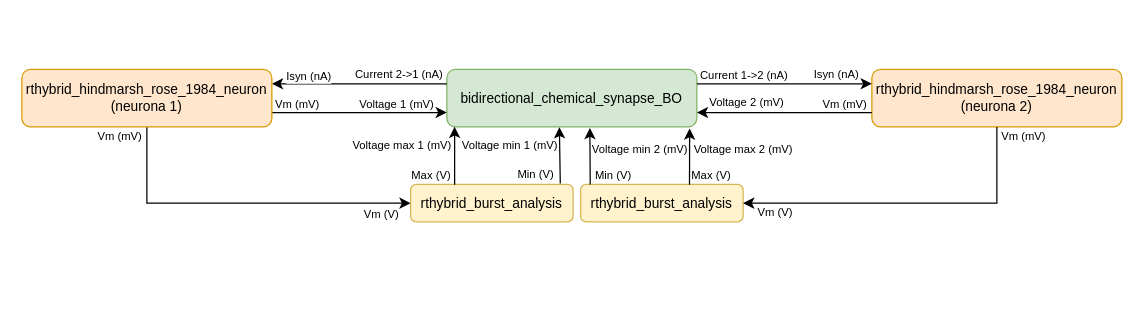
Before: memoria/Workspace/TFG_Marco_Gómez/codigos_figuras/drawio/esquema_modulos_online_modelo.drawio in MarcoGomezHernandez/TFG, a draw.io diagram. Source tidied: cells renumbered, new cells numbered last; positions are measured from the earlier drawing's top-left corner, leaving out a move shared by most shapes. Both pictures are drawn from the tidied source at 125%, with x=0, y=0 at pixel (21, 69).
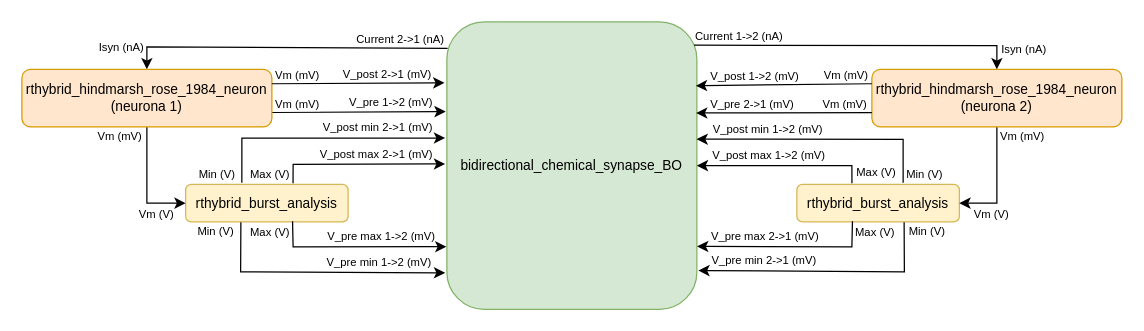
Above is the later version.

The change refers to these unchanged cells:
```xml
<mxCell id="36" value="rthybrid_hindmarsh_rose_1984_neuron&lt;div&gt;(neurona 1)&lt;/div&gt;" style="rounded=1;whiteSpace=wrap;html=1;fillColor=#ffe6cc;strokeColor=#d79b00;fontFamily=Helvetica;fontSize=11;" parent="1" vertex="1">
  <mxGeometry width="200" height="46" as="geometry" />
</mxCell>
```

Diff of the diagram source:
```diff
@@
-    <mxCell id="2" value="rthybrid_hindmarsh_rose_1984_neuron&lt;div&gt;(neurona 2)&lt;/div&gt;" style="rounded=1;whiteSpace=wrap;html=1;fillColor=#ffe6cc;strokeColor=#d79b00;fontFamily=Helvetica;fontSize=11;" parent="1" vertex="1">
-      <mxGeometry x="680" width="200" height="46" as="geometry" />
-    </mxCell>
     <mxCell id="3" value="bidirectional_chemical_synapse_BO" style="rounded=1;whiteSpace=wrap;html=1;fillColor=#d5e8d4;strokeColor=#82b366;fontFamily=Helvetica;fontSize=11;" parent="1" vertex="1">
-      <mxGeometry x="340" width="200" height="46" as="geometry" />
+      <mxGeometry x="340" y="-38" width="200" height="230" as="geometry" />
     </mxCell>
     <mxCell id="4" value="rthybrid_burst_analysis" style="rounded=1;whiteSpace=wrap;html=1;fillColor=#fff2cc;strokeColor=#d6b656;fontFamily=Helvetica;fontSize=11;" parent="1" vertex="1">
-      <mxGeometry x="311" y="92" width="130" height="30" as="geometry" />
+      <mxGeometry x="131" y="92" width="130" height="30" as="geometry" />
     </mxCell>
@@
-    <mxCell id="8" style="endArrow=classic;html=1;rounded=0;entryX=1;entryY=0.25;entryDx=0;entryDy=0;exitX=0;exitY=0.25;exitDx=0;exitDy=0;fontFamily=Helvetica;fontSize=11;" parent="1" edge="1" source="3" target="36">
-      <mxGeometry relative="1" as="geometry" />
+    <mxCell id="8" style="endArrow=classic;html=1;rounded=0;entryX=0.5;entryY=0;entryDx=0;entryDy=0;exitX=0.003;exitY=0.092;exitDx=0;exitDy=0;fontFamily=Helvetica;fontSize=11;exitPerimeter=0;" parent="1" edge="1" source="3" target="36">
+      <mxGeometry relative="1" as="geometry">
+        <Array as="points">
+          <mxPoint x="100" y="-18" />
+        </Array>
+      </mxGeometry>
     </mxCell>
@@
     <mxCell id="10" value="&lt;span style=&quot;text-align: left;&quot;&gt;Isyn (nA)&lt;/span&gt;" style="edgeLabel;html=1;align=right;verticalAlign=bottom;fontFamily=Helvetica;fontSize=9;" parent="8" vertex="1">
       <mxGeometry x="1" relative="1" as="geometry">
-        <mxPoint x="48" y="1" as="offset" />
+        <mxPoint x="-2" y="-10" as="offset" />
       </mxGeometry>
     </mxCell>
-    <mxCell id="11" value="rthybrid_burst_analysis" style="rounded=1;whiteSpace=wrap;html=1;fillColor=#fff2cc;strokeColor=#d6b656;fontFamily=Helvetica;fontSize=11;" parent="1" vertex="1">
-      <mxGeometry x="447" y="92" width="130" height="30" as="geometry" />
-    </mxCell>
-    <mxCell id="12" style="endArrow=classic;html=1;rounded=0;entryX=1;entryY=0.5;entryDx=0;entryDy=0;exitX=0.5;exitY=1;exitDx=0;exitDy=0;fontFamily=Helvetica;fontSize=11;" parent="1" edge="1" source="2" target="11">
-      <mxGeometry relative="1" as="geometry">
-        <Array as="points">
-          <mxPoint x="780" y="107" />
-        </Array>
-      </mxGeometry>
-    </mxCell>
-    <mxCell id="13" value="Vm (mV)" style="edgeLabel;html=1;align=left;verticalAlign=bottom;fontFamily=Helvetica;fontSize=9;" parent="12" vertex="1">
-      <mxGeometry x="-1" relative="1" as="geometry">
-        <mxPoint x="2" y="15" as="offset" />
-      </mxGeometry>
-    </mxCell>
-    <mxCell id="14" value="Vm (V)" style="edgeLabel;html=1;align=right;verticalAlign=bottom;fontFamily=Helvetica;fontSize=9;" parent="12" vertex="1">
-      <mxGeometry x="1" relative="1" as="geometry">
-        <mxPoint x="40" y="15" as="offset" />
-      </mxGeometry>
-    </mxCell>
-    <mxCell id="15" style="endArrow=classic;html=1;rounded=0;entryX=0;entryY=0.25;entryDx=0;entryDy=0;exitX=1;exitY=0.25;exitDx=0;exitDy=0;fontFamily=Helvetica;fontSize=11;" parent="1" edge="1" source="3" target="2">
-      <mxGeometry relative="1" as="geometry" />
-    </mxCell>
-    <mxCell id="16" value="Current 1-&amp;gt;2 (nA)" style="edgeLabel;html=1;align=left;verticalAlign=bottom;fontFamily=Helvetica;fontSize=9;" parent="15" vertex="1">
-      <mxGeometry x="-1" relative="1" as="geometry">
-        <mxPoint x="1" as="offset" />
-      </mxGeometry>
-    </mxCell>
-    <mxCell id="17" value="&lt;span style=&quot;text-align: left;&quot;&gt;Isyn (nA)&lt;/span&gt;" style="edgeLabel;html=1;align=right;verticalAlign=bottom;fontFamily=Helvetica;fontSize=9;" parent="15" vertex="1">
-      <mxGeometry x="1" relative="1" as="geometry">
-        <mxPoint x="-10" as="offset" />
-      </mxGeometry>
-    </mxCell>
-    <mxCell id="18" style="endArrow=classic;html=1;rounded=0;exitX=0;exitY=0.75;exitDx=0;exitDy=0;entryX=1;entryY=0.75;entryDx=0;entryDy=0;fontFamily=Helvetica;fontSize=11;" parent="1" edge="1" source="2" target="3">
-      <mxGeometry relative="1" as="geometry" />
-    </mxCell>
-    <mxCell id="19" value="Vm (mV)" style="edgeLabel;html=1;align=left;verticalAlign=bottom;fontFamily=Helvetica;fontSize=9;" parent="18" vertex="1">
-      <mxGeometry x="-1" relative="1" as="geometry">
-        <mxPoint x="-41" as="offset" />
-      </mxGeometry>
-    </mxCell>
-    <mxCell id="20" value="Voltage 2 (mV)" style="edgeLabel;html=1;align=right;verticalAlign=bottom;fontFamily=Helvetica;fontSize=9;" parent="18" vertex="1">
-      <mxGeometry x="1" relative="1" as="geometry">
-        <mxPoint x="70" y="-1" as="offset" />
-      </mxGeometry>
-    </mxCell>
-    <mxCell id="21" style="endArrow=classic;html=1;rounded=0;entryX=0.971;entryY=1.027;entryDx=0;entryDy=0;fontFamily=Helvetica;fontSize=11;entryPerimeter=0;exitX=0.67;exitY=0.013;exitDx=0;exitDy=0;exitPerimeter=0;" parent="1" edge="1" source="11" target="3">
-      <mxGeometry relative="1" as="geometry" />
-    </mxCell>
-    <mxCell id="22" value="Max (V)" style="edgeLabel;html=1;align=left;verticalAlign=bottom;fontFamily=Helvetica;fontSize=9;" parent="21" vertex="1">
-      <mxGeometry x="-1" relative="1" as="geometry" />
-    </mxCell>
-    <mxCell id="23" value="Voltage max 2 (mV)" style="edgeLabel;html=1;align=right;verticalAlign=bottom;fontFamily=Helvetica;fontSize=9;" parent="21" vertex="1">
-      <mxGeometry x="1" relative="1" as="geometry">
-        <mxPoint x="83" y="24" as="offset" />
-      </mxGeometry>
-    </mxCell>
-    <mxCell id="24" style="endArrow=classic;html=1;rounded=0;entryX=0.572;entryY=1.018;entryDx=0;entryDy=0;fontFamily=Helvetica;fontSize=11;entryPerimeter=0;exitX=0.059;exitY=0.001;exitDx=0;exitDy=0;exitPerimeter=0;" parent="1" edge="1" source="11" target="3">
-      <mxGeometry relative="1" as="geometry" />
-    </mxCell>
-    <mxCell id="25" value="Min (V)" style="edgeLabel;html=1;align=left;verticalAlign=bottom;fontFamily=Helvetica;fontSize=9;" parent="24" vertex="1">
-      <mxGeometry x="-1" relative="1" as="geometry">
-        <mxPoint x="2" as="offset" />
-      </mxGeometry>
-    </mxCell>
-    <mxCell id="26" value="Voltage min 2 (mV)" style="edgeLabel;html=1;align=right;verticalAlign=bottom;fontFamily=Helvetica;fontSize=9;" parent="24" vertex="1">
-      <mxGeometry x="1" relative="1" as="geometry">
-        <mxPoint x="79" y="24" as="offset" />
-      </mxGeometry>
-    </mxCell>
-    <mxCell id="27" style="endArrow=classic;html=1;rounded=0;entryX=0;entryY=0.75;entryDx=0;entryDy=0;exitX=1;exitY=0.75;exitDx=0;exitDy=0;fontFamily=Helvetica;fontSize=11;" parent="1" edge="1" source="36" target="3">
+    <mxCell id="27" style="endArrow=classic;html=1;rounded=0;entryX=-0.005;entryY=0.312;entryDx=0;entryDy=0;exitX=1;exitY=0.75;exitDx=0;exitDy=0;fontFamily=Helvetica;fontSize=11;entryPerimeter=0;" parent="1" edge="1" source="36" target="3">
       <mxGeometry relative="1" as="geometry" />
     </mxCell>
@@
-    <mxCell id="29" value="Voltage 1 (mV)" style="edgeLabel;html=1;align=right;verticalAlign=bottom;fontFamily=Helvetica;fontSize=9;" parent="27" vertex="1">
+    <mxCell id="29" value="&lt;span style=&quot;color: rgb(0, 0, 0);&quot;&gt;V_pre 1-&amp;gt;2 (mV)&lt;/span&gt;" style="edgeLabel;html=1;align=right;verticalAlign=bottom;fontFamily=Helvetica;fontSize=9;" parent="27" vertex="1">
       <mxGeometry x="1" relative="1" as="geometry">
         <mxPoint x="-10" as="offset" />
       </mxGeometry>
     </mxCell>
-    <mxCell id="30" style="endArrow=classic;html=1;rounded=0;entryX=0.031;entryY=0.999;entryDx=0;entryDy=0;fontFamily=Helvetica;fontSize=11;entryPerimeter=0;exitX=0.271;exitY=0.009;exitDx=0;exitDy=0;exitPerimeter=0;" parent="1" edge="1" source="4" target="3">
-      <mxGeometry relative="1" as="geometry" />
+    <mxCell id="30" style="endArrow=classic;html=1;rounded=0;entryX=-0.007;entryY=0.404;entryDx=0;entryDy=0;fontFamily=Helvetica;fontSize=11;entryPerimeter=0;exitX=0.346;exitY=-0.046;exitDx=0;exitDy=0;exitPerimeter=0;" parent="1" edge="1" source="4" target="3">
+      <mxGeometry relative="1" as="geometry">
+        <Array as="points">
+          <mxPoint x="176" y="55" />
+        </Array>
+      </mxGeometry>
     </mxCell>
-    <mxCell id="31" value="Max (V)" style="edgeLabel;html=1;align=left;verticalAlign=bottom;fontFamily=Helvetica;fontSize=9;" parent="30" vertex="1">
+    <mxCell id="31" value="Min (V)" style="edgeLabel;html=1;align=left;verticalAlign=bottom;fontFamily=Helvetica;fontSize=9;" parent="30" vertex="1">
       <mxGeometry x="-1" relative="1" as="geometry">
         <mxPoint x="-36" as="offset" />
       </mxGeometry>
     </mxCell>
-    <mxCell id="32" value="Voltage max 1 (mV)" style="edgeLabel;html=1;align=right;verticalAlign=bottom;fontFamily=Helvetica;fontSize=9;" parent="30" vertex="1">
+    <mxCell id="32" value="&lt;span style=&quot;color: rgb(0, 0, 0);&quot;&gt;V_post min 2-&amp;gt;1 (mV)&lt;/span&gt;" style="edgeLabel;html=1;align=right;verticalAlign=bottom;fontFamily=Helvetica;fontSize=9;" parent="30" vertex="1">
       <mxGeometry x="1" relative="1" as="geometry">
-        <mxPoint x="-2" y="22" as="offset" />
+        <mxPoint x="-9" y="-1" as="offset" />
       </mxGeometry>
     </mxCell>
-    <mxCell id="33" style="endArrow=classic;html=1;rounded=0;exitX=0.921;exitY=-0.025;exitDx=0;exitDy=0;entryX=0.45;entryY=1.005;entryDx=0;entryDy=0;fontFamily=Helvetica;fontSize=11;entryPerimeter=0;exitPerimeter=0;" parent="1" edge="1" source="4" target="3">
-      <mxGeometry relative="1" as="geometry" />
+    <mxCell id="33" style="endArrow=classic;html=1;rounded=0;exitX=0.661;exitY=-0.03;exitDx=0;exitDy=0;fontFamily=Helvetica;fontSize=11;entryX=-0.007;entryY=0.494;entryDx=0;entryDy=0;entryPerimeter=0;exitPerimeter=0;" parent="1" edge="1" source="4" target="3">
+      <mxGeometry relative="1" as="geometry">
+        <Array as="points">
+          <mxPoint x="217" y="76" />
+        </Array>
+      </mxGeometry>
     </mxCell>
-    <mxCell id="34" value="Min (V)" style="edgeLabel;html=1;align=left;verticalAlign=bottom;fontFamily=Helvetica;fontSize=9;" parent="33" vertex="1">
+    <mxCell id="34" value="Max (V)" style="edgeLabel;html=1;align=left;verticalAlign=bottom;fontFamily=Helvetica;fontSize=9;" parent="33" vertex="1">
       <mxGeometry x="-1" relative="1" as="geometry">
         <mxPoint x="-36" as="offset" />
       </mxGeometry>
     </mxCell>
-    <mxCell id="35" value="Voltage min 1 (mV)" style="edgeLabel;html=1;align=right;verticalAlign=bottom;fontFamily=Helvetica;fontSize=9;" parent="33" vertex="1">
+    <mxCell id="35" value="&lt;span style=&quot;color: rgb(0, 0, 0);&quot;&gt;V_post max 2-&amp;gt;1 (mV)&lt;/span&gt;" style="edgeLabel;html=1;align=right;verticalAlign=bottom;fontFamily=Helvetica;fontSize=9;" parent="33" vertex="1">
       <mxGeometry x="1" relative="1" as="geometry">
-        <mxPoint x="-1" y="22" as="offset" />
+        <mxPoint x="-10" y="-1" as="offset" />
       </mxGeometry>
     </mxCell>
@@
+    <mxCell id="37" style="endArrow=classic;html=1;rounded=0;entryX=-0.002;entryY=0.782;entryDx=0;entryDy=0;fontFamily=Helvetica;fontSize=11;entryPerimeter=0;exitX=0.658;exitY=0.986;exitDx=0;exitDy=0;exitPerimeter=0;" parent="1" edge="1" source="4" target="3">
+      <mxGeometry relative="1" as="geometry">
+        <Array as="points">
+          <mxPoint x="217" y="142" />
+        </Array>
+      </mxGeometry>
+    </mxCell>
+    <mxCell id="38" value="Max (V)" style="edgeLabel;html=1;align=left;verticalAlign=bottom;fontFamily=Helvetica;fontSize=9;" parent="37" vertex="1">
+      <mxGeometry x="-1" relative="1" as="geometry">
+        <mxPoint x="-36" y="16" as="offset" />
+      </mxGeometry>
+    </mxCell>
+    <mxCell id="39" value="&lt;span style=&quot;color: rgb(0, 0, 0);&quot;&gt;V_pre max 1-&amp;gt;2 (mV)&lt;/span&gt;" style="edgeLabel;html=1;align=right;verticalAlign=bottom;fontFamily=Helvetica;fontSize=9;" parent="37" vertex="1">
+      <mxGeometry x="1" relative="1" as="geometry">
+        <mxPoint x="-9" y="-1" as="offset" />
+      </mxGeometry>
+    </mxCell>
+    <mxCell id="40" style="endArrow=classic;html=1;rounded=0;exitX=0.34;exitY=1.009;exitDx=0;exitDy=0;fontFamily=Helvetica;fontSize=11;entryX=-0.007;entryY=0.873;entryDx=0;entryDy=0;entryPerimeter=0;exitPerimeter=0;" parent="1" edge="1" source="4" target="3">
+      <mxGeometry relative="1" as="geometry">
+        <Array as="points">
+          <mxPoint x="175" y="162" />
+        </Array>
+      </mxGeometry>
+    </mxCell>
+    <mxCell id="41" value="Min (V)" style="edgeLabel;html=1;align=left;verticalAlign=bottom;fontFamily=Helvetica;fontSize=9;" parent="40" vertex="1">
+      <mxGeometry x="-1" relative="1" as="geometry">
+        <mxPoint x="-36" y="15" as="offset" />
+      </mxGeometry>
+    </mxCell>
+    <mxCell id="42" value="&lt;span style=&quot;color: rgb(0, 0, 0);&quot;&gt;V_pre min 1-&amp;gt;2 (mV)&lt;/span&gt;" style="edgeLabel;html=1;align=right;verticalAlign=bottom;fontFamily=Helvetica;fontSize=9;" parent="40" vertex="1">
+      <mxGeometry x="1" relative="1" as="geometry">
+        <mxPoint x="-10" y="-1" as="offset" />
+      </mxGeometry>
+    </mxCell>
+    <mxCell id="11" value="rthybrid_burst_analysis" style="rounded=1;whiteSpace=wrap;html=1;fillColor=#fff2cc;strokeColor=#d6b656;fontFamily=Helvetica;fontSize=11;flipH=1;" parent="1" vertex="1">
+      <mxGeometry x="620" y="92" width="130" height="30" as="geometry" />
+    </mxCell>
+    <mxCell id="12" style="endArrow=classic;html=1;rounded=0;entryX=1;entryY=0.5;entryDx=0;entryDy=0;exitX=0.5;exitY=1;exitDx=0;exitDy=0;fontFamily=Helvetica;fontSize=11;" parent="1" edge="1" source="2" target="11">
+      <mxGeometry relative="1" as="geometry">
+        <Array as="points">
+          <mxPoint x="780" y="107" />
+        </Array>
+      </mxGeometry>
+    </mxCell>
+    <mxCell id="43" value="Vm (mV)" style="edgeLabel;html=1;align=left;verticalAlign=bottom;fontFamily=Helvetica;fontSize=9;" parent="12" vertex="1">
+      <mxGeometry x="-1" relative="1" as="geometry">
+        <mxPoint x="1" y="15" as="offset" />
+      </mxGeometry>
+    </mxCell>
+    <mxCell id="14" value="Vm (V)" style="edgeLabel;html=1;align=right;verticalAlign=bottom;fontFamily=Helvetica;fontSize=9;" parent="12" vertex="1">
+      <mxGeometry x="1" relative="1" as="geometry">
+        <mxPoint x="40" y="16" as="offset" />
+      </mxGeometry>
+    </mxCell>
+    <mxCell id="44" style="endArrow=classic;html=1;rounded=0;fontFamily=Helvetica;fontSize=11;exitX=0.346;exitY=-0.046;exitDx=0;exitDy=0;exitPerimeter=0;entryX=0.999;entryY=0.408;entryDx=0;entryDy=0;entryPerimeter=0;" parent="1" edge="1" source="11" target="3">
+      <mxGeometry relative="1" as="geometry">
+        <Array as="points">
+          <mxPoint x="705" y="56" />
+        </Array>
+      </mxGeometry>
+    </mxCell>
+    <mxCell id="45" value="Min (V)" style="edgeLabel;html=1;align=left;verticalAlign=bottom;fontFamily=Helvetica;fontSize=9;" parent="44" vertex="1">
+      <mxGeometry x="-1" relative="1" as="geometry">
+        <mxPoint x="1" as="offset" />
+      </mxGeometry>
+    </mxCell>
+    <mxCell id="46" value="&lt;span style=&quot;color: rgb(0, 0, 0);&quot;&gt;V_post min 1-&amp;gt;2 (mV)&lt;/span&gt;" style="edgeLabel;html=1;align=right;verticalAlign=bottom;fontFamily=Helvetica;fontSize=9;" parent="44" vertex="1">
+      <mxGeometry x="1" relative="1" as="geometry">
+        <mxPoint x="101" y="-1" as="offset" />
+      </mxGeometry>
+    </mxCell>
+    <mxCell id="47" style="endArrow=classic;html=1;rounded=0;exitX=0.661;exitY=-0.03;exitDx=0;exitDy=0;fontFamily=Helvetica;fontSize=11;exitPerimeter=0;entryX=1;entryY=0.5;entryDx=0;entryDy=0;" parent="1" edge="1" source="11" target="3">
+      <mxGeometry relative="1" as="geometry">
+        <Array as="points">
+          <mxPoint x="664" y="77" />
+        </Array>
+      </mxGeometry>
+    </mxCell>
+    <mxCell id="48" value="Max (V)" style="edgeLabel;html=1;align=left;verticalAlign=bottom;fontFamily=Helvetica;fontSize=9;" parent="47" vertex="1">
+      <mxGeometry x="-1" relative="1" as="geometry">
+        <mxPoint x="2" y="-1" as="offset" />
+      </mxGeometry>
+    </mxCell>
+    <mxCell id="49" value="&lt;span style=&quot;color: rgb(0, 0, 0);&quot;&gt;V_post max 1-&amp;gt;2 (mV)&lt;/span&gt;" style="edgeLabel;html=1;align=right;verticalAlign=bottom;fontFamily=Helvetica;fontSize=9;" parent="47" vertex="1">
+      <mxGeometry x="1" relative="1" as="geometry">
+        <mxPoint x="103" y="-1" as="offset" />
+      </mxGeometry>
+    </mxCell>
+    <mxCell id="2" value="rthybrid_hindmarsh_rose_1984_neuron&lt;div&gt;(neurona 2)&lt;/div&gt;" style="rounded=1;whiteSpace=wrap;html=1;fillColor=#ffe6cc;strokeColor=#d79b00;fontFamily=Helvetica;fontSize=11;flipH=1;" parent="1" vertex="1">
+      <mxGeometry x="680" width="200" height="46" as="geometry" />
+    </mxCell>
+    <mxCell id="50" style="endArrow=classic;html=1;rounded=0;entryX=1.001;entryY=0.781;entryDx=0;entryDy=0;fontFamily=Helvetica;fontSize=11;entryPerimeter=0;exitX=0.658;exitY=0.986;exitDx=0;exitDy=0;exitPerimeter=0;" parent="1" edge="1" source="11" target="3">
+      <mxGeometry relative="1" as="geometry">
+        <Array as="points">
+          <mxPoint x="664" y="142" />
+        </Array>
+      </mxGeometry>
+    </mxCell>
+    <mxCell id="51" value="Max (V)" style="edgeLabel;html=1;align=left;verticalAlign=bottom;fontFamily=Helvetica;fontSize=9;" parent="50" vertex="1">
+      <mxGeometry x="-1" relative="1" as="geometry">
+        <mxPoint x="1" y="16" as="offset" />
+      </mxGeometry>
+    </mxCell>
+    <mxCell id="52" value="&lt;span style=&quot;color: rgb(0, 0, 0);&quot;&gt;V_pre max 2-&amp;gt;1 (mV)&lt;/span&gt;" style="edgeLabel;html=1;align=right;verticalAlign=bottom;fontFamily=Helvetica;fontSize=9;" parent="50" vertex="1">
+      <mxGeometry x="1" relative="1" as="geometry">
+        <mxPoint x="98" y="-1" as="offset" />
+      </mxGeometry>
+    </mxCell>
+    <mxCell id="53" style="endArrow=classic;html=1;rounded=0;exitX=0.34;exitY=1.009;exitDx=0;exitDy=0;fontFamily=Helvetica;fontSize=11;entryX=1.006;entryY=0.865;entryDx=0;entryDy=0;entryPerimeter=0;exitPerimeter=0;" parent="1" edge="1" source="11" target="3">
+      <mxGeometry relative="1" as="geometry">
+        <Array as="points">
+          <mxPoint x="706" y="162" />
+        </Array>
+      </mxGeometry>
+    </mxCell>
+    <mxCell id="54" value="Min (V)" style="edgeLabel;html=1;align=left;verticalAlign=bottom;fontFamily=Helvetica;fontSize=9;" parent="53" vertex="1">
+      <mxGeometry x="-1" relative="1" as="geometry">
+        <mxPoint x="2" y="15" as="offset" />
+      </mxGeometry>
+    </mxCell>
+    <mxCell id="55" value="&lt;span style=&quot;color: rgb(0, 0, 0);&quot;&gt;V_pre min 2-&amp;gt;1 (mV)&lt;/span&gt;" style="edgeLabel;html=1;align=right;verticalAlign=bottom;fontFamily=Helvetica;fontSize=9;" parent="53" vertex="1">
+      <mxGeometry x="1" relative="1" as="geometry">
+        <mxPoint x="95" y="-1" as="offset" />
+      </mxGeometry>
+    </mxCell>
+    <mxCell id="56" style="endArrow=classic;html=1;rounded=0;entryX=-0.01;entryY=0.212;entryDx=0;entryDy=0;exitX=1;exitY=0.25;exitDx=0;exitDy=0;fontFamily=Helvetica;fontSize=11;entryPerimeter=0;" parent="1" edge="1" source="36" target="3">
+      <mxGeometry relative="1" as="geometry" />
+    </mxCell>
+    <mxCell id="57" value="Vm (mV)" style="edgeLabel;html=1;align=left;verticalAlign=bottom;fontFamily=Helvetica;fontSize=9;" parent="56" vertex="1">
+      <mxGeometry x="-1" relative="1" as="geometry">
+        <mxPoint x="1" as="offset" />
+      </mxGeometry>
+    </mxCell>
+    <mxCell id="58" value="&lt;span style=&quot;color: rgb(0, 0, 0);&quot;&gt;V_post 2-&amp;gt;1 (mV)&lt;/span&gt;" style="edgeLabel;html=1;align=right;verticalAlign=bottom;fontFamily=Helvetica;fontSize=9;" parent="56" vertex="1">
+      <mxGeometry x="1" relative="1" as="geometry">
+        <mxPoint x="-10" as="offset" />
+      </mxGeometry>
+    </mxCell>
+    <mxCell id="59" style="endArrow=classic;html=1;rounded=0;entryX=0.997;entryY=0.317;entryDx=0;entryDy=0;exitX=0;exitY=0.75;exitDx=0;exitDy=0;fontFamily=Helvetica;fontSize=11;entryPerimeter=0;" parent="1" edge="1" source="2" target="3">
+      <mxGeometry relative="1" as="geometry" />
+    </mxCell>
+    <mxCell id="60" value="Vm (mV)" style="edgeLabel;html=1;align=left;verticalAlign=bottom;fontFamily=Helvetica;fontSize=9;" parent="59" vertex="1">
+      <mxGeometry x="-1" relative="1" as="geometry">
+        <mxPoint x="-41" as="offset" />
+      </mxGeometry>
+    </mxCell>
+    <mxCell id="61" value="&lt;span style=&quot;color: rgb(0, 0, 0);&quot;&gt;V_pre 2-&amp;gt;1 (mV)&lt;/span&gt;" style="edgeLabel;html=1;align=right;verticalAlign=bottom;fontFamily=Helvetica;fontSize=9;" parent="59" vertex="1">
+      <mxGeometry x="1" relative="1" as="geometry">
+        <mxPoint x="79" as="offset" />
+      </mxGeometry>
+    </mxCell>
+    <mxCell id="62" style="endArrow=classic;html=1;rounded=0;entryX=0.996;entryY=0.222;entryDx=0;entryDy=0;exitX=0;exitY=0.25;exitDx=0;exitDy=0;fontFamily=Helvetica;fontSize=11;entryPerimeter=0;" parent="1" edge="1" source="2" target="3">
+      <mxGeometry relative="1" as="geometry" />
+    </mxCell>
+    <mxCell id="63" value="Vm (mV)" style="edgeLabel;html=1;align=left;verticalAlign=bottom;fontFamily=Helvetica;fontSize=9;" parent="62" vertex="1">
+      <mxGeometry x="-1" relative="1" as="geometry">
+        <mxPoint x="-40" as="offset" />
+      </mxGeometry>
+    </mxCell>
+    <mxCell id="64" value="&lt;span style=&quot;color: rgb(0, 0, 0);&quot;&gt;V_post 1-&amp;gt;2 (mV)&lt;/span&gt;" style="edgeLabel;html=1;align=right;verticalAlign=bottom;fontFamily=Helvetica;fontSize=9;" parent="62" vertex="1">
+      <mxGeometry x="1" relative="1" as="geometry">
+        <mxPoint x="83" as="offset" />
+      </mxGeometry>
+    </mxCell>
+    <mxCell id="15" style="endArrow=classic;html=1;rounded=0;entryX=0.5;entryY=0;entryDx=0;entryDy=0;exitX=0.989;exitY=0.081;exitDx=0;exitDy=0;fontFamily=Helvetica;fontSize=11;exitPerimeter=0;" parent="1" edge="1" source="3" target="2">
+      <mxGeometry relative="1" as="geometry">
+        <Array as="points">
+          <mxPoint x="780" y="-19" />
+        </Array>
+      </mxGeometry>
+    </mxCell>
+    <mxCell id="16" value="Current 1-&amp;gt;2 (nA)" style="edgeLabel;html=1;align=left;verticalAlign=bottom;fontFamily=Helvetica;fontSize=9;" parent="15" vertex="1">
+      <mxGeometry x="-1" relative="1" as="geometry">
+        <mxPoint x="-1" as="offset" />
+      </mxGeometry>
+    </mxCell>
+    <mxCell id="17" value="&lt;span style=&quot;text-align: left;&quot;&gt;Isyn (nA)&lt;/span&gt;" style="edgeLabel;html=1;align=right;verticalAlign=bottom;fontFamily=Helvetica;fontSize=9;" parent="15" vertex="1">
+      <mxGeometry x="1" relative="1" as="geometry">
+        <mxPoint x="40" y="-9" as="offset" />
+      </mxGeometry>
+    </mxCell>
```
